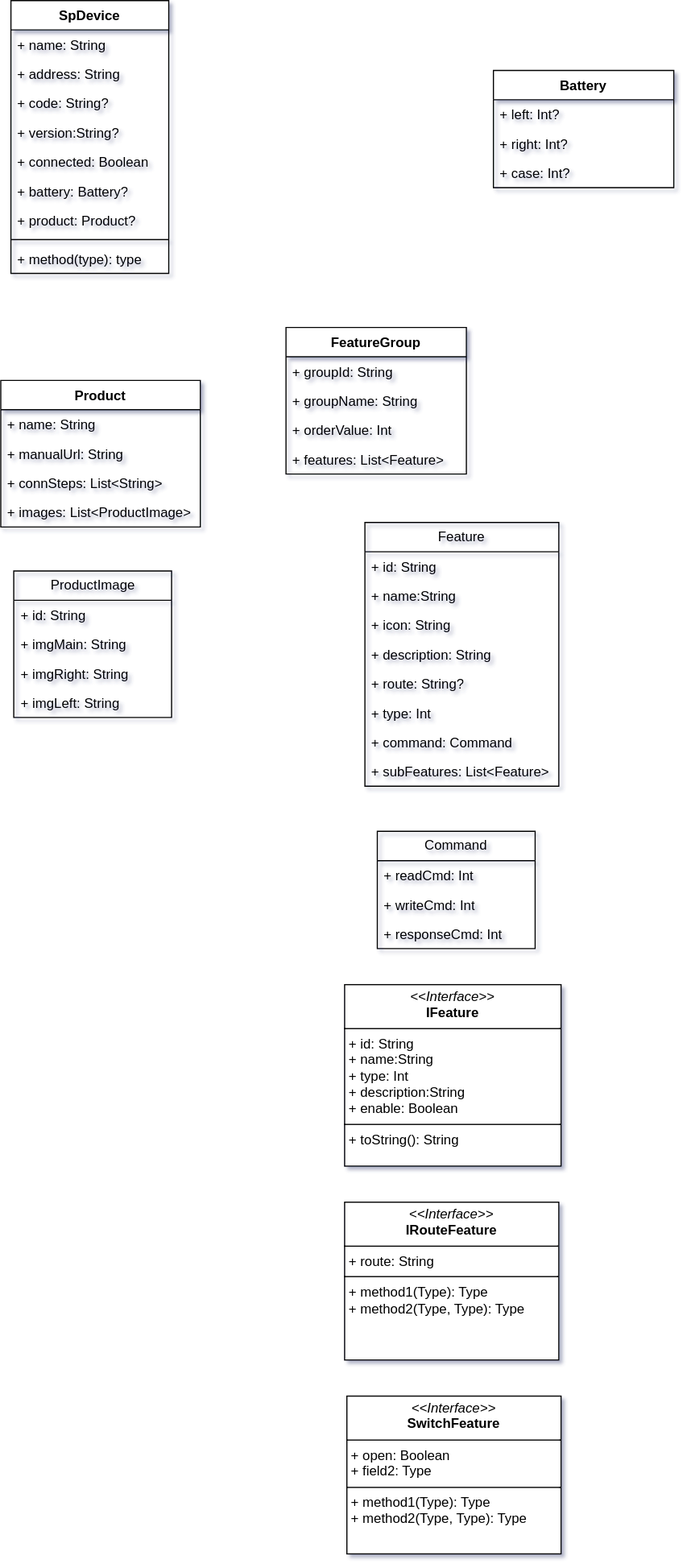
The draw.io diagram 未命名绘图.drawio.svg in kekemao00/draw-libs, before a commit. Source tidied: cells renumbered, new cells last; positions are measured from the earlier drawing's top-left corner, leaving out a move shared by most shapes.
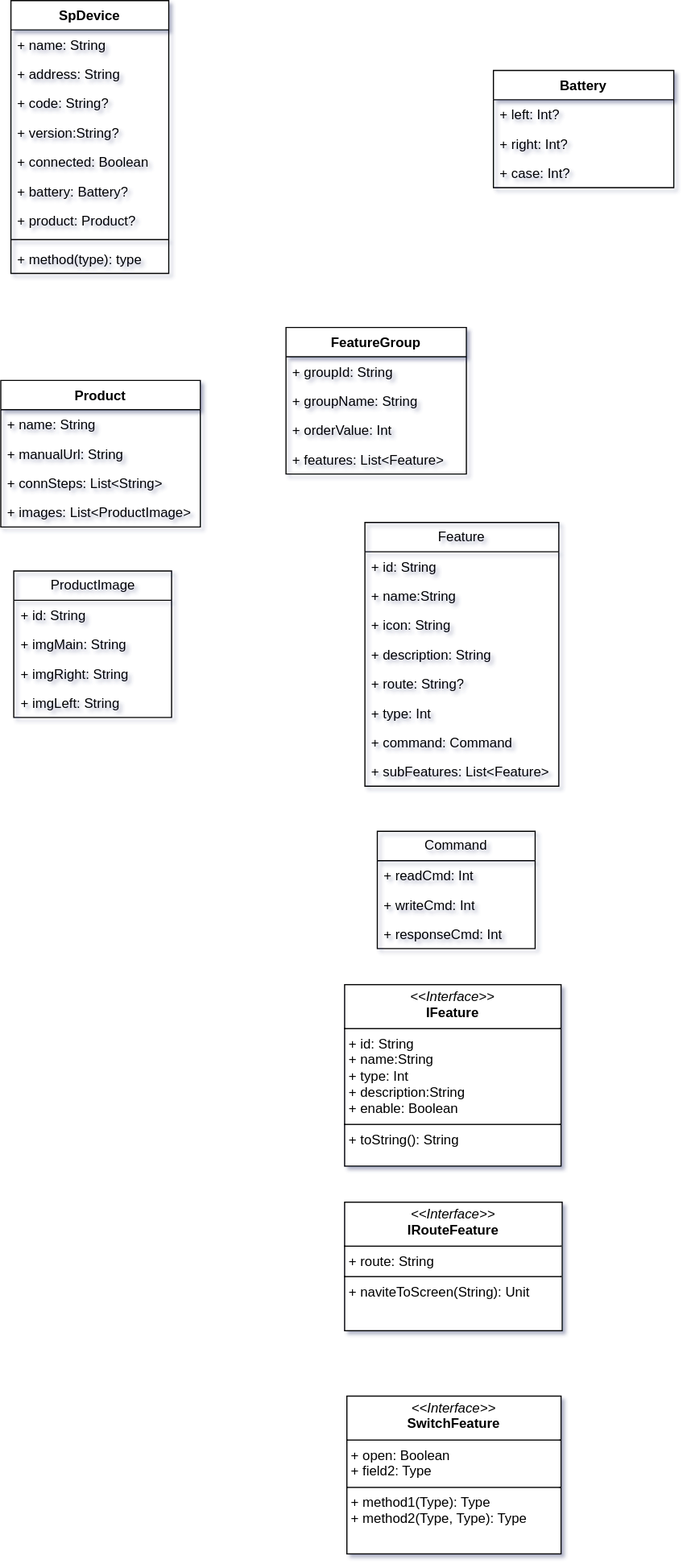
After the commit.

Commit message:
更新未命名绘图.drawio.svg

Change to the diagram source:
```diff
@@ -134,8 +134,8 @@
     <mxCell id="45" value="&lt;p style=&quot;margin:0px;margin-top:4px;text-align:center;&quot;&gt;&lt;i&gt;&amp;lt;&amp;lt;Interface&amp;gt;&amp;gt;&lt;/i&gt;&lt;br&gt;&lt;b&gt;SwitchFeature&lt;/b&gt;&lt;/p&gt;&lt;hr size=&quot;1&quot; style=&quot;border-style:solid;&quot;&gt;&lt;p style=&quot;margin:0px;margin-left:4px;&quot;&gt;+ open: Boolean&lt;br&gt;+ field2: Type&lt;/p&gt;&lt;hr size=&quot;1&quot; style=&quot;border-style:solid;&quot;&gt;&lt;p style=&quot;margin:0px;margin-left:4px;&quot;&gt;+ method1(Type): Type&lt;br&gt;+ method2(Type, Type): Type&lt;/p&gt;" style="verticalAlign=top;align=left;overflow=fill;html=1;whiteSpace=wrap;" parent="1" vertex="1">
       <mxGeometry x="307" y="1238" width="190" height="140" as="geometry" />
     </mxCell>
-    <mxCell id="46" value="&lt;p style=&quot;margin:0px;margin-top:4px;text-align:center;&quot;&gt;&lt;i&gt;&amp;lt;&amp;lt;Interface&amp;gt;&amp;gt;&lt;/i&gt;&lt;br&gt;&lt;b&gt;IRouteFeature&lt;/b&gt;&lt;/p&gt;&lt;hr size=&quot;1&quot; style=&quot;border-style:solid;&quot;&gt;&lt;p style=&quot;margin:0px;margin-left:4px;&quot;&gt;+ route: String&lt;/p&gt;&lt;hr size=&quot;1&quot; style=&quot;border-style:solid;&quot;&gt;&lt;p style=&quot;margin:0px;margin-left:4px;&quot;&gt;+ method1(Type): Type&lt;br&gt;+ method2(Type, Type): Type&lt;/p&gt;" style="verticalAlign=top;align=left;overflow=fill;html=1;whiteSpace=wrap;" parent="1" vertex="1">
-      <mxGeometry x="305" y="1066" width="190" height="140" as="geometry" />
+    <mxCell id="46" value="&lt;p style=&quot;margin:0px;margin-top:4px;text-align:center;&quot;&gt;&lt;i&gt;&amp;lt;&amp;lt;Interface&amp;gt;&amp;gt;&lt;/i&gt;&lt;br&gt;&lt;b&gt;IRouteFeature&lt;/b&gt;&lt;/p&gt;&lt;hr size=&quot;1&quot; style=&quot;border-style:solid;&quot;&gt;&lt;p style=&quot;margin:0px;margin-left:4px;&quot;&gt;+ route: String&lt;/p&gt;&lt;hr size=&quot;1&quot; style=&quot;border-style:solid;&quot;&gt;&lt;p style=&quot;margin:0px;margin-left:4px;&quot;&gt;+ naviteToScreen(String): Unit&lt;br&gt;&lt;/p&gt;" style="verticalAlign=top;align=left;overflow=fill;html=1;whiteSpace=wrap;" parent="1" vertex="1">
+      <mxGeometry x="305" y="1066" width="193" height="114" as="geometry" />
     </mxCell>
   </root>
 </mxGraphModel>
```
